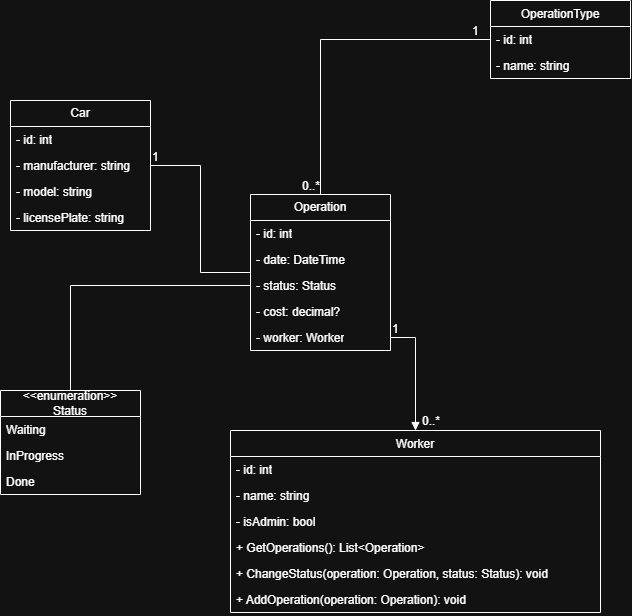
Before: CarParkOperation.drawio.png, a diagram exported from draw.io (EdRemets/Programmeerimine2). Source tidied: cells renumbered, new cells last; positions are measured from the earlier drawing's top-left corner, leaving out a move shared by most shapes.
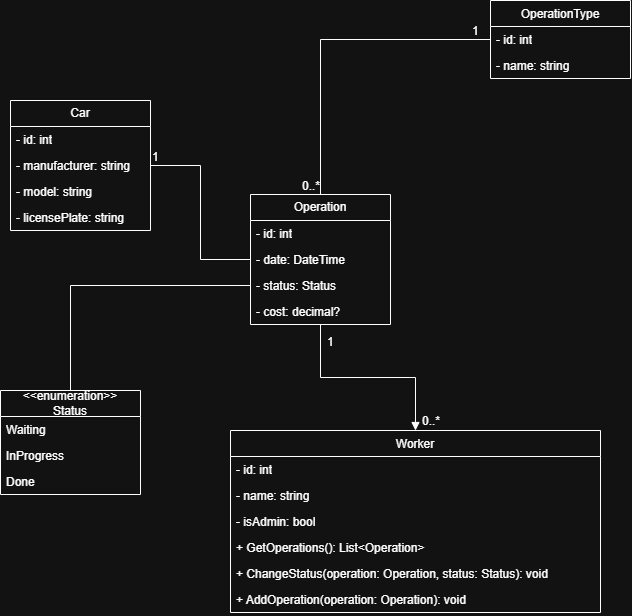
After the change.

Diff of the diagram source:
```diff
@@ -18,7 +18,7 @@
       <mxGeometry y="104" width="140" height="26" as="geometry" />
     </mxCell>
     <mxCell id="7" value="Operation" style="swimlane;fontStyle=0;horizontal=1;startSize=26;fillColor=none;whiteSpace=wrap;html=1;" parent="1" vertex="1">
-      <mxGeometry x="250" y="194" width="140" height="156" as="geometry" />
+      <mxGeometry x="250" y="194" width="140" height="130" as="geometry" />
     </mxCell>
     <mxCell id="8" value="- id: int" style="text;strokeColor=none;fillColor=none;align=left;verticalAlign=top;spacingLeft=4;spacingRight=4;overflow=hidden;whiteSpace=wrap;html=1;" parent="7" vertex="1">
       <mxGeometry y="26" width="140" height="26" as="geometry" />
@@ -32,9 +32,6 @@
     <mxCell id="11" value="- cost: decimal?" style="text;strokeColor=none;fillColor=none;align=left;verticalAlign=top;spacingLeft=4;spacingRight=4;overflow=hidden;whiteSpace=wrap;html=1;" parent="7" vertex="1">
       <mxGeometry y="104" width="140" height="26" as="geometry" />
     </mxCell>
-    <mxCell id="12" value="- worker: Worker" style="text;strokeColor=none;fillColor=none;align=left;verticalAlign=top;spacingLeft=4;spacingRight=4;overflow=hidden;points=[[0,0.5],[1,0.5]];portConstraint=eastwest;whiteSpace=wrap;html=1;" parent="7" vertex="1">
-      <mxGeometry y="130" width="140" height="26" as="geometry" />
-    </mxCell>
     <mxCell id="13" value="&amp;lt;&amp;lt;enumeration&amp;gt;&amp;gt;&lt;div&gt;Status&lt;/div&gt;" style="swimlane;fontStyle=0;horizontal=1;startSize=26;fillColor=none;whiteSpace=wrap;html=1;" parent="1" vertex="1">
       <mxGeometry y="390" width="140" height="104" as="geometry" />
     </mxCell>
@@ -97,11 +94,13 @@
     <mxCell id="32" value="0..*" style="edgeLabel;html=1;align=right;verticalAlign=bottom;fontFamily=Helvetica;fontSize=12;fontColor=default;" parent="30" vertex="1">
       <mxGeometry x="1" relative="1" as="geometry" />
     </mxCell>
-    <mxCell id="33" style="endArrow=block;endFill=1;html=1;edgeStyle=orthogonalEdgeStyle;align=left;verticalAlign=top;rounded=0;fontFamily=Helvetica;fontSize=12;fontColor=default;exitX=1;exitY=0.5;exitDx=0;exitDy=0;" parent="1" edge="1" source="12" target="20">
+    <mxCell id="33" style="endArrow=block;endFill=1;html=1;edgeStyle=orthogonalEdgeStyle;align=left;verticalAlign=top;rounded=0;fontFamily=Helvetica;fontSize=12;fontColor=default;" parent="1" edge="1" source="7" target="20">
       <mxGeometry x="-1" relative="1" as="geometry" />
     </mxCell>
     <mxCell id="34" value="1" style="edgeLabel;html=1;align=left;verticalAlign=bottom;fontFamily=Helvetica;fontSize=12;fontColor=default;" parent="33" vertex="1">
-      <mxGeometry x="-1" relative="1" as="geometry" />
+      <mxGeometry x="-1" relative="1" as="geometry">
+        <mxPoint x="5" y="26" as="offset" />
+      </mxGeometry>
     </mxCell>
     <mxCell id="35" value="0..*" style="edgeLabel;html=1;align=left;verticalAlign=bottom;fontFamily=Helvetica;fontSize=12;fontColor=default;rotation=0;" parent="1" vertex="1">
       <mxGeometry x="420" y="410" width="30" height="20" as="geometry" />
```
